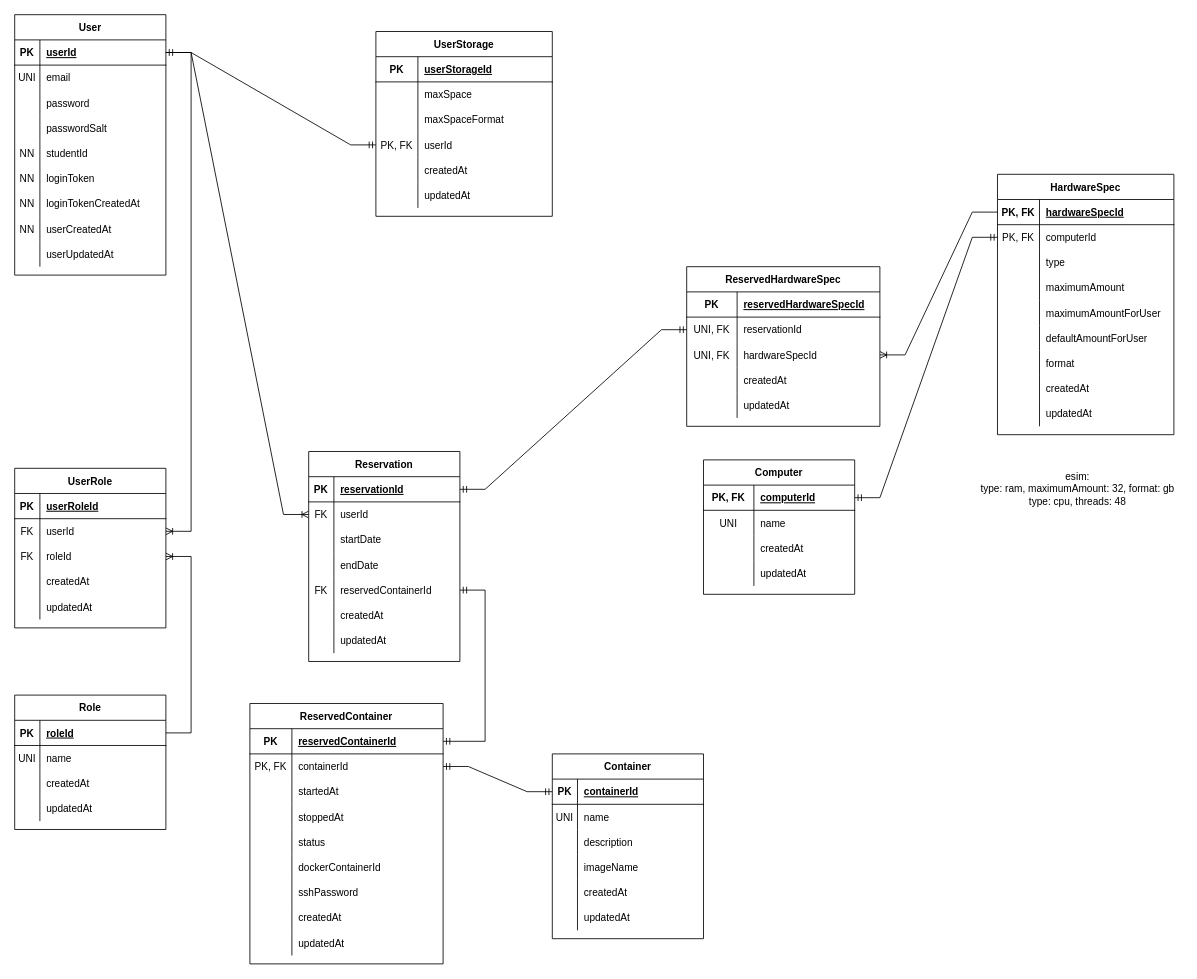
Earlier version of the draw.io diagram additional_documentation/database.drawio (kulttuuri/containers-on-the-fly). Source tidied: cells renumbered, new cells numbered last; positions are measured from the earlier drawing's top-left corner, leaving out a move shared by most shapes. Both pictures are drawn from the tidied source at 84%, with x=0, y=0 at pixel (14, 14).
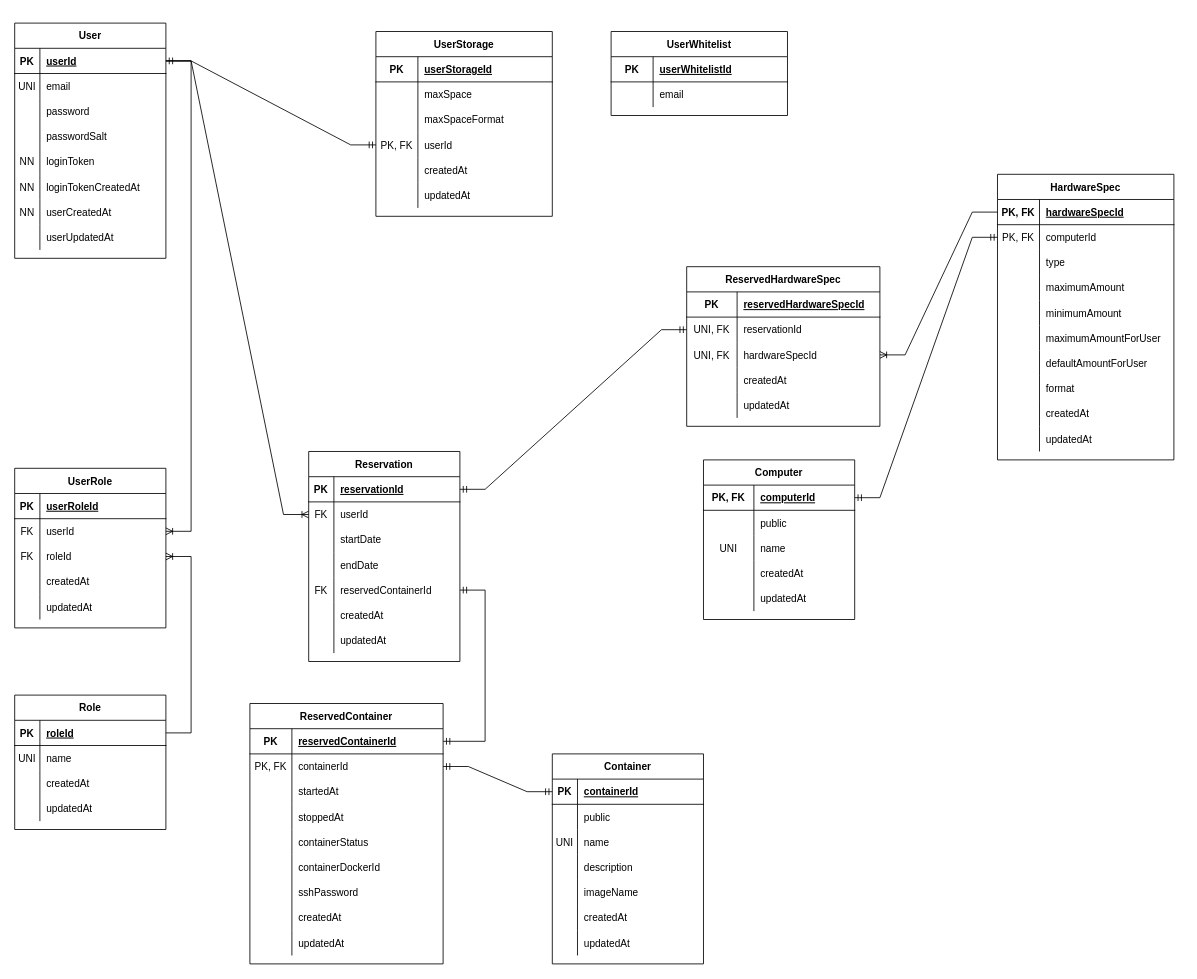
Above is the later version.

Commit message (it also covers changes not shown here):
- Remove unnecessary comments from database. - Update database drawing.

Unchanged cells that the change refers to:
```xml
<mxCell id="144" style="shape=tableRow;horizontal=0;startSize=0;swimlaneHead=0;swimlaneBody=0;fillColor=none;top=0;left=0;right=0;bottom=0;" parent="131" vertex="1">
  <mxGeometry y="150" width="230" height="30" as="geometry" />
</mxCell>
<mxCell id="147" style="shape=tableRow;horizontal=0;startSize=0;swimlaneHead=0;swimlaneBody=0;fillColor=none;top=0;left=0;right=0;bottom=0;" parent="131" vertex="1">
  <mxGeometry y="180" width="230" height="30" as="geometry" />
</mxCell>
```

Change to the diagram source:
```diff
@@
     <mxCell id="2" value="User" style="shape=table;startSize=30;childLayout=tableLayout;rowLines=0;fontStyle=1;align=center;" parent="1" vertex="1">
-      <mxGeometry width="180" height="310" as="geometry" />
+      <mxGeometry y="10" width="180" height="280" as="geometry" />
     </mxCell>
@@
-    <mxCell id="15" style="shape=tableRow;horizontal=0;startSize=0;swimlaneHead=0;swimlaneBody=0;fillColor=none;top=0;left=0;right=0;bottom=0;" parent="2" vertex="1">
-      <mxGeometry y="150" width="180" height="30" as="geometry" />
-    </mxCell>
-    <mxCell id="16" value="NN" style="shape=partialRectangle;fillColor=none;top=0;left=0;bottom=0;right=0;overflow=hidden;" parent="15" vertex="1">
-      <mxGeometry width="30" height="30" as="geometry" />
-    </mxCell>
-    <mxCell id="17" value="studentId" style="shape=partialRectangle;fillColor=none;top=0;left=0;bottom=0;right=0;align=left;spacingLeft=6;overflow=hidden;" parent="15" vertex="1">
-      <mxGeometry x="30" width="150" height="30" as="geometry" />
-    </mxCell>
     <mxCell id="18" style="shape=tableRow;horizontal=0;startSize=0;swimlaneHead=0;swimlaneBody=0;fillColor=none;top=0;left=0;right=0;bottom=0;" parent="2" vertex="1">
-      <mxGeometry y="180" width="180" height="30" as="geometry" />
+      <mxGeometry y="150" width="180" height="30" as="geometry" />
     </mxCell>
@@
     <mxCell id="21" style="shape=tableRow;horizontal=0;startSize=0;swimlaneHead=0;swimlaneBody=0;fillColor=none;top=0;left=0;right=0;bottom=0;" parent="2" vertex="1">
-      <mxGeometry y="210" width="180" height="30" as="geometry" />
+      <mxGeometry y="180" width="180" height="30" as="geometry" />
     </mxCell>
@@
     <mxCell id="24" style="shape=tableRow;horizontal=0;startSize=0;swimlaneHead=0;swimlaneBody=0;fillColor=none;top=0;left=0;right=0;bottom=0;" parent="2" vertex="1">
-      <mxGeometry y="240" width="180" height="30" as="geometry" />
+      <mxGeometry y="210" width="180" height="30" as="geometry" />
     </mxCell>
@@
     <mxCell id="27" style="shape=tableRow;horizontal=0;startSize=0;swimlaneHead=0;swimlaneBody=0;fillColor=none;top=0;left=0;right=0;bottom=0;" parent="2" vertex="1">
-      <mxGeometry y="270" width="180" height="30" as="geometry" />
+      <mxGeometry y="240" width="180" height="30" as="geometry" />
     </mxCell>
@@
     <mxCell id="81" value="HardwareSpec" style="shape=table;startSize=30;childLayout=tableLayout;rowLines=0;fontStyle=1;align=center;" parent="1" vertex="1">
-      <mxGeometry x="1170" y="190" width="210" height="310" as="geometry" />
+      <mxGeometry x="1170" y="190" width="210" height="340" as="geometry" />
     </mxCell>
@@
+    <mxCell id="214" style="shape=tableRow;horizontal=0;startSize=0;swimlaneHead=0;swimlaneBody=0;fillColor=none;top=0;left=0;right=0;bottom=0;" parent="81" vertex="1">
+      <mxGeometry y="150" width="210" height="30" as="geometry" />
+    </mxCell>
+    <mxCell id="215" style="shape=partialRectangle;fillColor=none;top=0;left=0;bottom=0;right=0;overflow=hidden;" parent="214" vertex="1">
+      <mxGeometry width="50" height="30" as="geometry" />
+    </mxCell>
+    <mxCell id="216" value="minimumAmount" style="shape=partialRectangle;fillColor=none;top=0;left=0;bottom=0;right=0;align=left;spacingLeft=6;overflow=hidden;" parent="214" vertex="1">
+      <mxGeometry x="50" width="160" height="30" as="geometry" />
+    </mxCell>
     <mxCell id="94" style="shape=tableRow;horizontal=0;startSize=0;swimlaneHead=0;swimlaneBody=0;fillColor=none;top=0;left=0;right=0;bottom=0;" parent="81" vertex="1">
-      <mxGeometry y="150" width="210" height="30" as="geometry" />
+      <mxGeometry y="180" width="210" height="30" as="geometry" />
     </mxCell>
@@
     <mxCell id="97" style="shape=tableRow;horizontal=0;startSize=0;swimlaneHead=0;swimlaneBody=0;fillColor=none;top=0;left=0;right=0;bottom=0;" parent="81" vertex="1">
-      <mxGeometry y="180" width="210" height="30" as="geometry" />
+      <mxGeometry y="210" width="210" height="30" as="geometry" />
     </mxCell>
@@
     <mxCell id="100" style="shape=tableRow;horizontal=0;startSize=0;swimlaneHead=0;swimlaneBody=0;fillColor=none;top=0;left=0;right=0;bottom=0;" parent="81" vertex="1">
-      <mxGeometry y="210" width="210" height="30" as="geometry" />
+      <mxGeometry y="240" width="210" height="30" as="geometry" />
     </mxCell>
@@
     <mxCell id="103" style="shape=tableRow;horizontal=0;startSize=0;swimlaneHead=0;swimlaneBody=0;fillColor=none;top=0;left=0;right=0;bottom=0;" parent="81" vertex="1">
-      <mxGeometry y="240" width="210" height="30" as="geometry" />
+      <mxGeometry y="270" width="210" height="30" as="geometry" />
     </mxCell>
@@
     <mxCell id="106" style="shape=tableRow;horizontal=0;startSize=0;swimlaneHead=0;swimlaneBody=0;fillColor=none;top=0;left=0;right=0;bottom=0;" parent="81" vertex="1">
-      <mxGeometry y="270" width="210" height="30" as="geometry" />
+      <mxGeometry y="300" width="210" height="30" as="geometry" />
     </mxCell>
@@
-    <mxCell id="128" value="esim:&lt;br&gt;type: ram, maximumAmount: 32, format: gb&lt;br&gt;type: cpu, threads: 48" style="text;html=1;align=center;verticalAlign=middle;strokeColor=none;fillColor=none;" parent="1" vertex="1">
-      <mxGeometry x="1140" y="540" width="250" height="50" as="geometry" />
-    </mxCell>
@@
-    <mxCell id="146" value="status" style="shape=partialRectangle;fillColor=none;top=0;left=0;bottom=0;right=0;align=left;spacingLeft=6;overflow=hidden;" parent="144" vertex="1">
+    <mxCell id="146" value="containerStatus" style="shape=partialRectangle;fillColor=none;top=0;left=0;bottom=0;right=0;align=left;spacingLeft=6;overflow=hidden;" parent="144" vertex="1">
       <mxGeometry x="50" width="180" height="30" as="geometry" />
     </mxCell>
@@
-    <mxCell id="149" value="dockerContainerId" style="shape=partialRectangle;fillColor=none;top=0;left=0;bottom=0;right=0;align=left;spacingLeft=6;overflow=hidden;" parent="147" vertex="1">
+    <mxCell id="149" value="containerDockerId" style="shape=partialRectangle;fillColor=none;top=0;left=0;bottom=0;right=0;align=left;spacingLeft=6;overflow=hidden;" parent="147" vertex="1">
       <mxGeometry x="50" width="180" height="30" as="geometry" />
     </mxCell>
@@
     <mxCell id="159" value="Computer" style="shape=table;startSize=30;childLayout=tableLayout;rowLines=0;fontStyle=1;align=center;" parent="1" vertex="1">
-      <mxGeometry x="820" y="530" width="180" height="160" as="geometry" />
+      <mxGeometry x="820" y="530" width="180" height="190" as="geometry" />
     </mxCell>
@@
+    <mxCell id="217" style="shape=tableRow;horizontal=0;startSize=0;swimlaneHead=0;swimlaneBody=0;fillColor=none;top=0;left=0;right=0;bottom=0;" parent="159" vertex="1">
+      <mxGeometry y="60" width="180" height="30" as="geometry" />
+    </mxCell>
+    <mxCell id="218" style="shape=partialRectangle;fillColor=none;top=0;left=0;bottom=0;right=0;overflow=hidden;" parent="217" vertex="1">
+      <mxGeometry width="60" height="30" as="geometry" />
+    </mxCell>
+    <mxCell id="219" value="public" style="shape=partialRectangle;fillColor=none;top=0;left=0;bottom=0;right=0;align=left;spacingLeft=6;overflow=hidden;" parent="217" vertex="1">
+      <mxGeometry x="60" width="120" height="30" as="geometry" />
+    </mxCell>
     <mxCell id="163" style="shape=tableRow;horizontal=0;startSize=0;swimlaneHead=0;swimlaneBody=0;fillColor=none;top=0;left=0;right=0;bottom=0;" parent="159" vertex="1">
-      <mxGeometry y="60" width="180" height="30" as="geometry" />
+      <mxGeometry y="90" width="180" height="30" as="geometry" />
     </mxCell>
@@
     <mxCell id="166" style="shape=tableRow;horizontal=0;startSize=0;swimlaneHead=0;swimlaneBody=0;fillColor=none;top=0;left=0;right=0;bottom=0;" parent="159" vertex="1">
-      <mxGeometry y="90" width="180" height="30" as="geometry" />
+      <mxGeometry y="120" width="180" height="30" as="geometry" />
     </mxCell>
@@
     <mxCell id="169" style="shape=tableRow;horizontal=0;startSize=0;swimlaneHead=0;swimlaneBody=0;fillColor=none;top=0;left=0;right=0;bottom=0;" parent="159" vertex="1">
-      <mxGeometry y="120" width="180" height="30" as="geometry" />
+      <mxGeometry y="150" width="180" height="30" as="geometry" />
     </mxCell>
@@
     <mxCell id="173" value="Container" style="shape=table;startSize=30;childLayout=tableLayout;rowLines=0;fontStyle=1;align=center;" parent="1" vertex="1">
-      <mxGeometry x="640" y="880" width="180" height="220" as="geometry" />
+      <mxGeometry x="640" y="880" width="180" height="250" as="geometry" />
     </mxCell>
@@
+    <mxCell id="220" style="shape=tableRow;horizontal=0;startSize=0;swimlaneHead=0;swimlaneBody=0;fillColor=none;top=0;left=0;right=0;bottom=0;" parent="173" vertex="1">
+      <mxGeometry y="60" width="180" height="30" as="geometry" />
+    </mxCell>
+    <mxCell id="221" style="shape=partialRectangle;fillColor=none;top=0;left=0;bottom=0;right=0;overflow=hidden;" parent="220" vertex="1">
+      <mxGeometry width="30" height="30" as="geometry" />
+    </mxCell>
+    <mxCell id="222" value="public" style="shape=partialRectangle;fillColor=none;top=0;left=0;bottom=0;right=0;align=left;spacingLeft=6;overflow=hidden;" parent="220" vertex="1">
+      <mxGeometry x="30" width="150" height="30" as="geometry" />
+    </mxCell>
     <mxCell id="177" style="shape=tableRow;horizontal=0;startSize=0;swimlaneHead=0;swimlaneBody=0;fillColor=none;top=0;left=0;right=0;bottom=0;" parent="173" vertex="1">
-      <mxGeometry y="60" width="180" height="30" as="geometry" />
+      <mxGeometry y="90" width="180" height="30" as="geometry" />
     </mxCell>
@@
     <mxCell id="180" style="shape=tableRow;horizontal=0;startSize=0;swimlaneHead=0;swimlaneBody=0;fillColor=none;top=0;left=0;right=0;bottom=0;" parent="173" vertex="1">
-      <mxGeometry y="90" width="180" height="30" as="geometry" />
+      <mxGeometry y="120" width="180" height="30" as="geometry" />
     </mxCell>
@@
     <mxCell id="183" style="shape=tableRow;horizontal=0;startSize=0;swimlaneHead=0;swimlaneBody=0;fillColor=none;top=0;left=0;right=0;bottom=0;" parent="173" vertex="1">
-      <mxGeometry y="120" width="180" height="30" as="geometry" />
+      <mxGeometry y="150" width="180" height="30" as="geometry" />
     </mxCell>
@@
     <mxCell id="186" style="shape=tableRow;horizontal=0;startSize=0;swimlaneHead=0;swimlaneBody=0;fillColor=none;top=0;left=0;right=0;bottom=0;" parent="173" vertex="1">
-      <mxGeometry y="150" width="180" height="30" as="geometry" />
+      <mxGeometry y="180" width="180" height="30" as="geometry" />
     </mxCell>
@@
     <mxCell id="189" style="shape=tableRow;horizontal=0;startSize=0;swimlaneHead=0;swimlaneBody=0;fillColor=none;top=0;left=0;right=0;bottom=0;" parent="173" vertex="1">
-      <mxGeometry y="180" width="180" height="30" as="geometry" />
+      <mxGeometry y="210" width="180" height="30" as="geometry" />
     </mxCell>
@@
+    <mxCell id="223" value="UserWhitelist" style="shape=table;startSize=30;childLayout=tableLayout;rowLines=0;fontStyle=1;align=center;" parent="1" vertex="1">
+      <mxGeometry x="710" y="20" width="210" height="100" as="geometry" />
+    </mxCell>
+    <mxCell id="224" style="shape=tableRow;horizontal=0;startSize=0;swimlaneHead=0;swimlaneBody=0;fillColor=none;top=0;left=0;right=0;bottom=1;" parent="223" vertex="1">
+      <mxGeometry y="30" width="210" height="30" as="geometry" />
+    </mxCell>
+    <mxCell id="225" value="PK" style="shape=partialRectangle;fillColor=none;top=0;left=0;bottom=0;right=0;fontStyle=1;overflow=hidden;" parent="224" vertex="1">
+      <mxGeometry width="50" height="30" as="geometry" />
+    </mxCell>
+    <mxCell id="226" value="userWhitelistId" style="shape=partialRectangle;fillColor=none;top=0;left=0;bottom=0;right=0;align=left;spacingLeft=6;fontStyle=5;overflow=hidden;" parent="224" vertex="1">
+      <mxGeometry x="50" width="160" height="30" as="geometry" />
+    </mxCell>
+    <mxCell id="227" style="shape=tableRow;horizontal=0;startSize=0;swimlaneHead=0;swimlaneBody=0;fillColor=none;top=0;left=0;right=0;bottom=0;" parent="223" vertex="1">
+      <mxGeometry y="60" width="210" height="30" as="geometry" />
+    </mxCell>
+    <mxCell id="228" style="shape=partialRectangle;fillColor=none;top=0;left=0;bottom=0;right=0;overflow=hidden;" parent="227" vertex="1">
+      <mxGeometry width="50" height="30" as="geometry" />
+    </mxCell>
+    <mxCell id="229" value="email" style="shape=partialRectangle;fillColor=none;top=0;left=0;bottom=0;right=0;align=left;spacingLeft=6;overflow=hidden;" parent="227" vertex="1">
+      <mxGeometry x="50" width="160" height="30" as="geometry" />
+    </mxCell>
```
